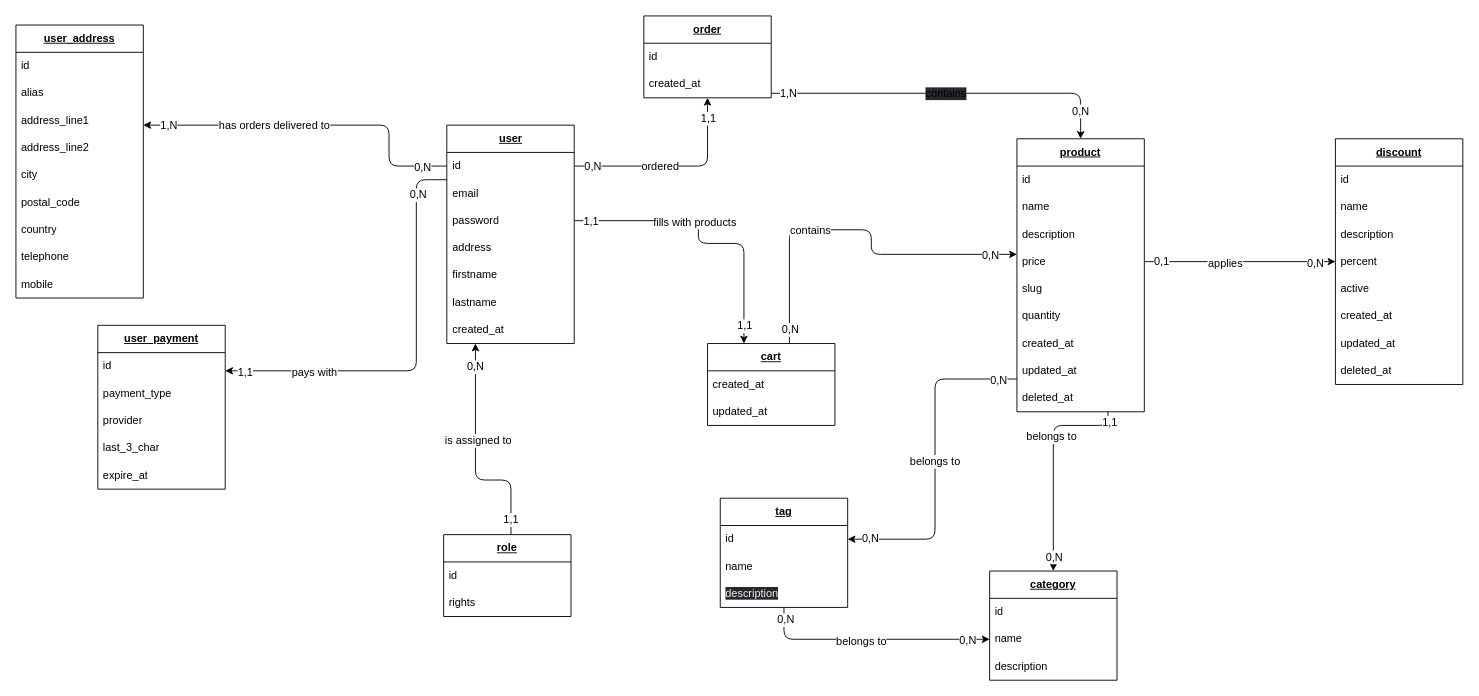
Before: mcd.drawio in felix-hauger/boutique-en-ligne, a draw.io diagram. Source tidied: cells renumbered, new cells numbered last; positions are measured from the earlier drawing's top-left corner, leaving out a move shared by most shapes. Both pictures are drawn from the tidied source at 91%, with x=0, y=0 at pixel (15, 15).
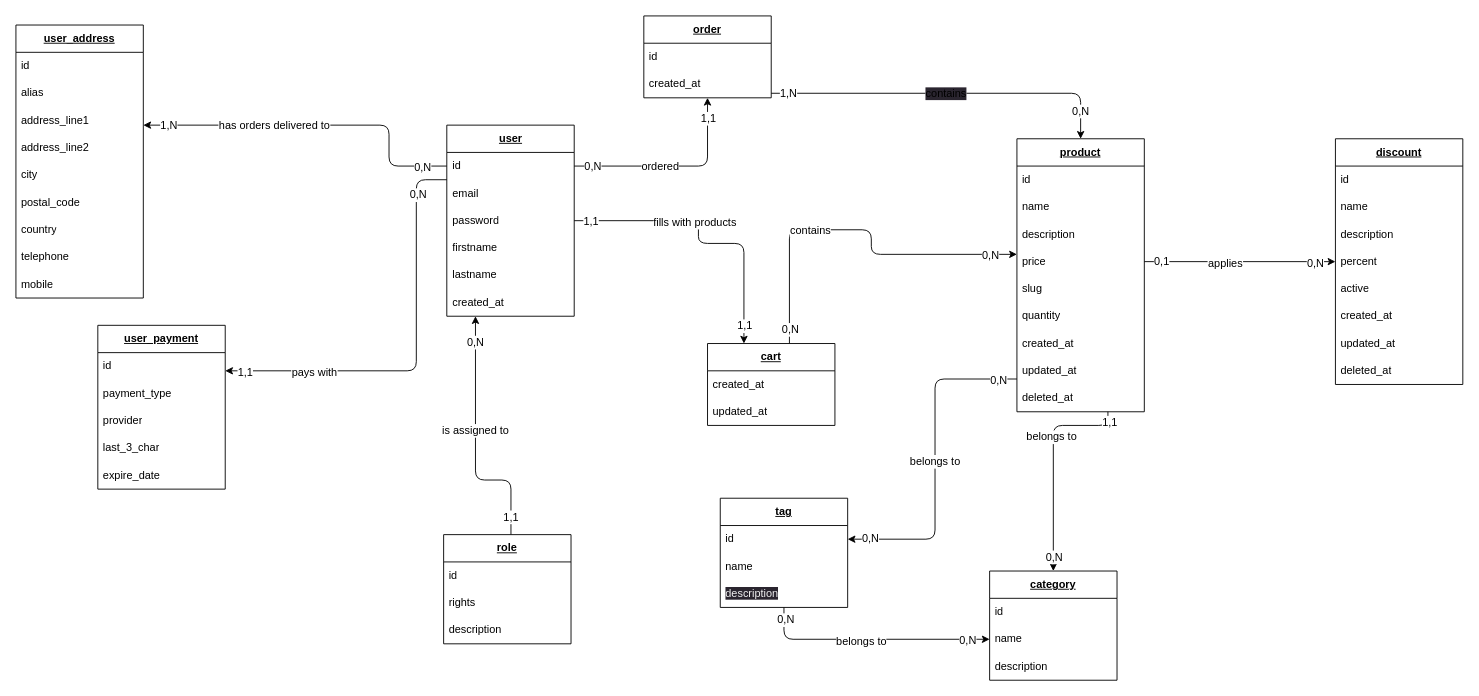
The same diagram, later.

Commit message (it also covers changes not shown here):
MCD & MLD - removed address field from user & renamed expire_at from user_payment to expire_date

The change refers to these unchanged cells:
```xml
<mxCell id="72" value="&lt;b&gt;&lt;u&gt;user_payment&lt;br&gt;&lt;/u&gt;&lt;/b&gt;" style="swimlane;fontStyle=0;horizontal=1;startSize=30;whiteSpace=wrap;html=1;" parent="1" vertex="1">
  <mxGeometry x="90" y="340" width="140" height="180" as="geometry" />
</mxCell>
```

The edit, as a diff of the source:
```diff
@@
     <mxCell id="10" value="&lt;b&gt;&lt;u&gt;user&lt;/u&gt;&lt;/b&gt;" style="swimlane;fontStyle=0;horizontal=1;startSize=30;whiteSpace=wrap;html=1;" parent="1" vertex="1">
-      <mxGeometry x="473.5" y="120" width="140" height="240" as="geometry" />
+      <mxGeometry x="473.5" y="120" width="140" height="210" as="geometry" />
     </mxCell>
@@
-    <mxCell id="14" value="address" style="text;strokeColor=none;fillColor=none;align=left;verticalAlign=middle;spacingLeft=4;spacingRight=4;overflow=hidden;whiteSpace=wrap;html=1;" parent="10" vertex="1">
-      <mxGeometry y="120" width="140" height="30" as="geometry" />
-    </mxCell>
     <mxCell id="15" value="firstname" style="text;strokeColor=none;fillColor=none;align=left;verticalAlign=middle;spacingLeft=4;spacingRight=4;overflow=hidden;whiteSpace=wrap;html=1;" parent="10" vertex="1">
-      <mxGeometry y="150" width="140" height="30" as="geometry" />
+      <mxGeometry y="120" width="140" height="30" as="geometry" />
     </mxCell>
     <mxCell id="16" value="lastname" style="text;strokeColor=none;fillColor=none;align=left;verticalAlign=middle;spacingLeft=4;spacingRight=4;overflow=hidden;whiteSpace=wrap;html=1;" parent="10" vertex="1">
-      <mxGeometry y="180" width="140" height="30" as="geometry" />
+      <mxGeometry y="150" width="140" height="30" as="geometry" />
     </mxCell>
     <mxCell id="17" value="created_at" style="text;strokeColor=none;fillColor=none;align=left;verticalAlign=middle;spacingLeft=4;spacingRight=4;overflow=hidden;whiteSpace=wrap;html=1;" parent="10" vertex="1">
-      <mxGeometry y="210" width="140" height="30" as="geometry" />
+      <mxGeometry y="180" width="140" height="30" as="geometry" />
     </mxCell>
@@
     <mxCell id="28" value="&lt;b&gt;&lt;u&gt;role&lt;br&gt;&lt;/u&gt;&lt;/b&gt;" style="swimlane;fontStyle=0;horizontal=1;startSize=30;whiteSpace=wrap;html=1;" parent="1" vertex="1">
-      <mxGeometry x="470" y="570" width="140" height="90" as="geometry" />
+      <mxGeometry x="470" y="570" width="140" height="120" as="geometry" />
     </mxCell>
@@
+    <mxCell id="109" value="description" style="text;strokeColor=none;fillColor=none;align=left;verticalAlign=middle;spacingLeft=4;spacingRight=4;overflow=hidden;whiteSpace=wrap;html=1;" parent="28" vertex="1">
+      <mxGeometry y="90" width="140" height="30" as="geometry" />
+    </mxCell>
@@
-    <mxCell id="77" value="expire_at" style="text;strokeColor=none;fillColor=none;align=left;verticalAlign=middle;spacingLeft=4;spacingRight=4;overflow=hidden;whiteSpace=wrap;html=1;" parent="72" vertex="1">
+    <mxCell id="77" value="expire_date" style="text;strokeColor=none;fillColor=none;align=left;verticalAlign=middle;spacingLeft=4;spacingRight=4;overflow=hidden;whiteSpace=wrap;html=1;" parent="72" vertex="1">
       <mxGeometry y="150" width="140" height="30" as="geometry" />
     </mxCell>
```
